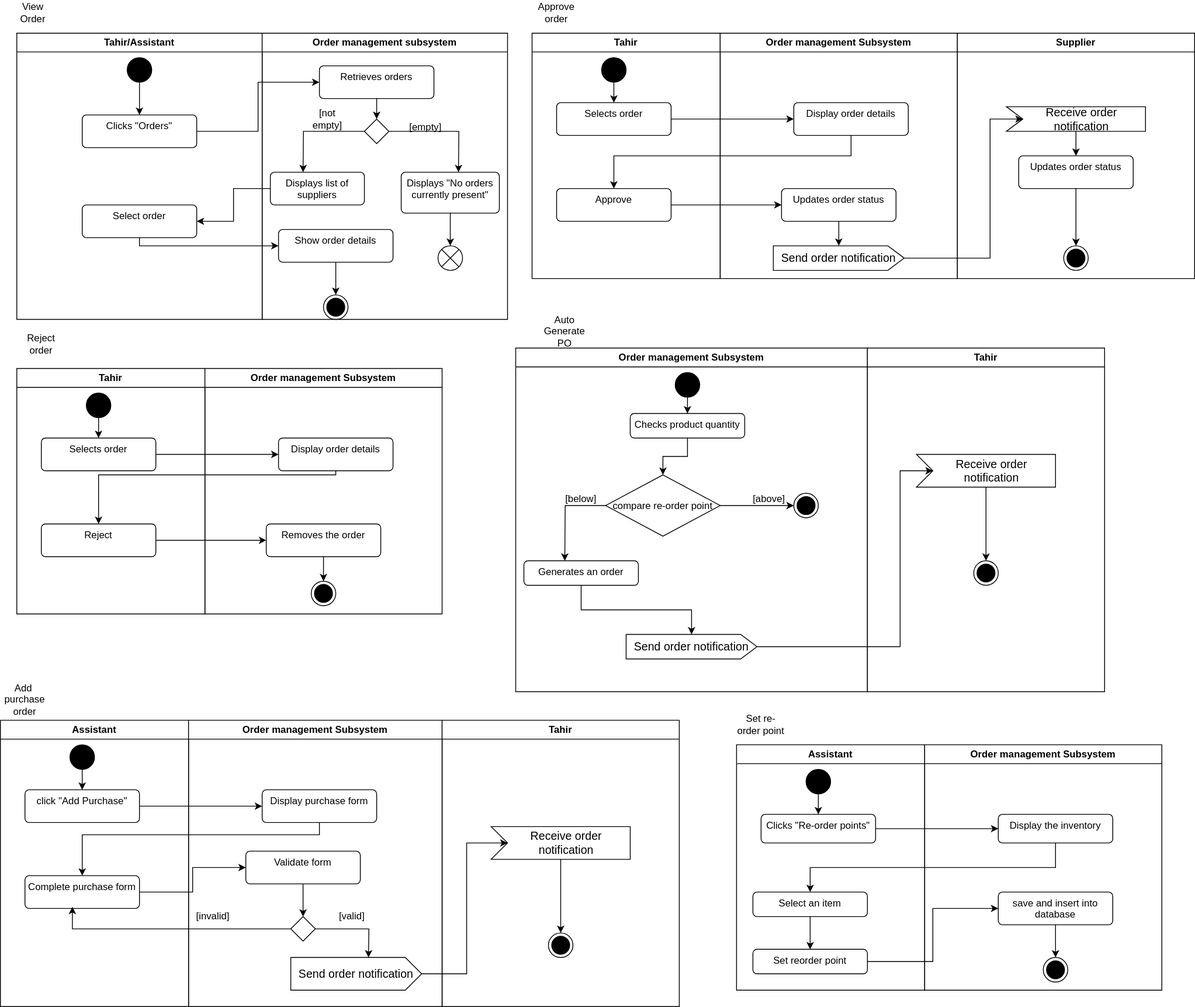
Above: order_act.svg in Simamkele88/IFM3_GP (draw.io), before the change. Source tidied: cells renumbered, new cells last; positions are measured from the earlier drawing's top-left corner, leaving out a move shared by most shapes.
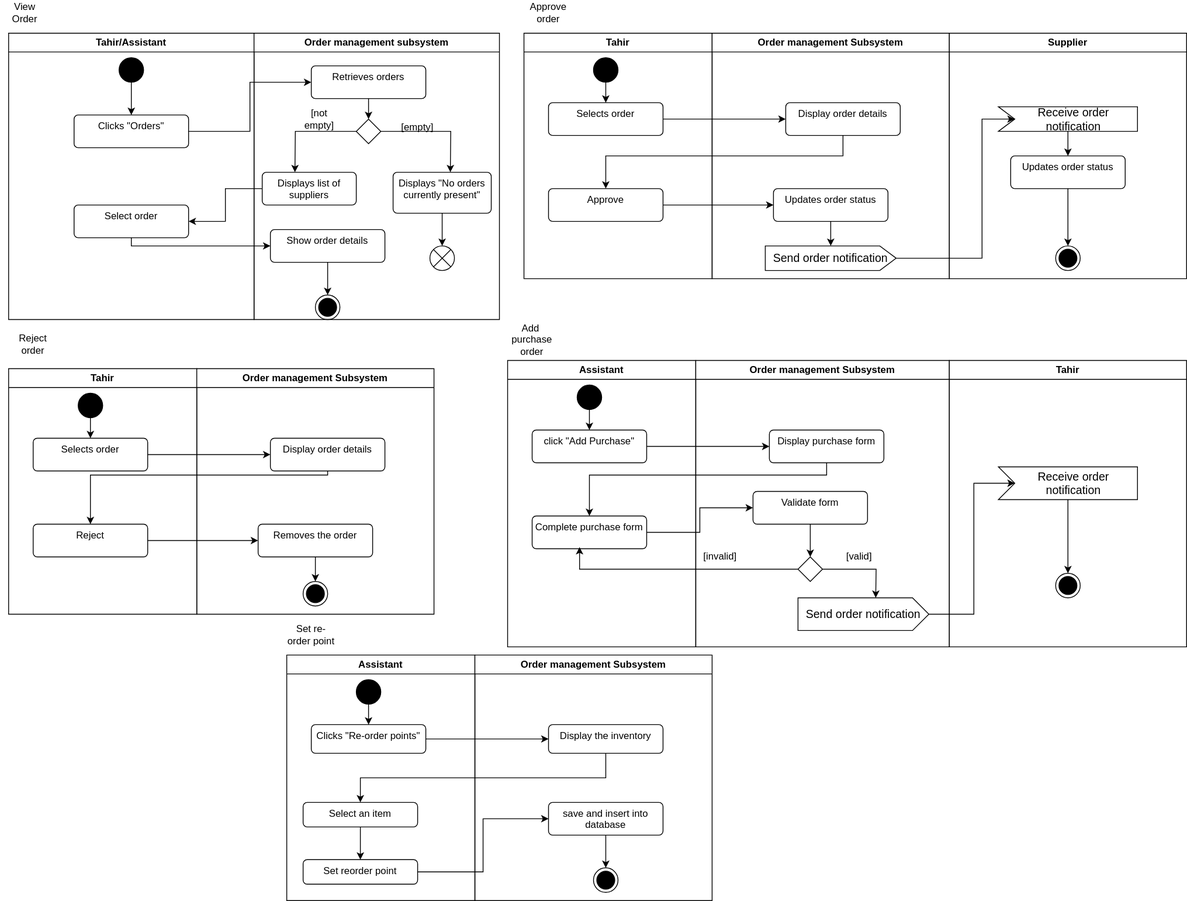
The same diagram one commit later.

Change to the diagram source:
```diff
@@ -96,55 +96,8 @@
     <mxCell id="29" value="Reject order" style="text;html=1;align=center;verticalAlign=middle;whiteSpace=wrap;rounded=0;" parent="1" vertex="1">
       <mxGeometry x="20" y="405" width="60" height="30" as="geometry" />
     </mxCell>
-    <mxCell id="30" value="Order management Subsystem" style="swimlane;whiteSpace=wrap;html=1;" parent="1" vertex="1">
-      <mxGeometry x="630" y="425" width="430" height="420" as="geometry" />
-    </mxCell>
-    <mxCell id="31" style="edgeStyle=orthogonalEdgeStyle;rounded=0;jettySize=auto;html=1;" parent="30" edge="1" source="32" target="43">
-      <mxGeometry relative="1" as="geometry" />
-    </mxCell>
-    <mxCell id="32" value="Generates an order" style="html=1;align=center;verticalAlign=top;rounded=1;absoluteArcSize=1;arcSize=10;dashed=0;whiteSpace=wrap;" parent="30" vertex="1">
-      <mxGeometry x="10" y="260" width="140" height="30" as="geometry" />
-    </mxCell>
-    <mxCell id="33" style="edgeStyle=orthogonalEdgeStyle;rounded=0;jettySize=auto;html=1;" parent="30" edge="1" source="34" target="39">
-      <mxGeometry relative="1" as="geometry" />
-    </mxCell>
-    <mxCell id="34" value="Checks product quantity" style="html=1;align=center;verticalAlign=top;rounded=1;absoluteArcSize=1;arcSize=10;dashed=0;whiteSpace=wrap;" parent="30" vertex="1">
-      <mxGeometry x="140" y="80" width="140" height="30" as="geometry" />
-    </mxCell>
-    <mxCell id="35" style="edgeStyle=orthogonalEdgeStyle;rounded=0;jettySize=auto;html=1;" parent="30" edge="1" source="36" target="34">
-      <mxGeometry relative="1" as="geometry" />
-    </mxCell>
-    <mxCell id="36" style="ellipse;fillColor=strokeColor;html=1;" parent="30" vertex="1">
-      <mxGeometry x="195" y="30" width="30" height="30" as="geometry" />
-    </mxCell>
-    <mxCell id="37" style="edgeStyle=orthogonalEdgeStyle;rounded=0;jettySize=auto;html=1;" parent="30" edge="1" source="39" target="40">
-      <mxGeometry relative="1" as="geometry" />
-    </mxCell>
-    <mxCell id="38" style="edgeStyle=orthogonalEdgeStyle;rounded=0;jettySize=auto;html=1;" parent="30" edge="1" source="39">
-      <mxGeometry relative="1" as="geometry">
-        <mxPoint x="60" y="260" as="targetPoint" />
-      </mxGeometry>
-    </mxCell>
-    <mxCell id="39" value="compare re-order point" style="rhombus;" parent="30" vertex="1">
-      <mxGeometry x="110" y="155" width="140" height="75" as="geometry" />
-    </mxCell>
-    <mxCell id="40" style="ellipse;html=1;shape=endState;fillColor=strokeColor;" parent="30" vertex="1">
-      <mxGeometry x="340" y="177.5" width="30" height="30" as="geometry" />
-    </mxCell>
-    <mxCell id="41" value="[above]" style="text;html=1;align=center;verticalAlign=middle;whiteSpace=wrap;rounded=0;" parent="30" vertex="1">
-      <mxGeometry x="280" y="170" width="60" height="30" as="geometry" />
-    </mxCell>
-    <mxCell id="42" value="[below]" style="text;html=1;align=center;verticalAlign=middle;whiteSpace=wrap;rounded=0;" parent="30" vertex="1">
-      <mxGeometry x="50" y="170" width="60" height="30" as="geometry" />
-    </mxCell>
-    <mxCell id="43" value="Send order notification" style="html=1;shape=mxgraph.infographic.ribbonSimple;notch1=0;notch2=20;align=center;verticalAlign=middle;fontSize=14;fontStyle=0;fillColor=#FFFFFF;whiteSpace=wrap;" parent="30" vertex="1">
-      <mxGeometry x="135" y="350" width="160" height="30" as="geometry" />
-    </mxCell>
-    <mxCell id="44" value="Auto Generate PO" style="text;html=1;align=center;verticalAlign=middle;whiteSpace=wrap;rounded=0;" parent="1" vertex="1">
-      <mxGeometry x="660" y="390" width="60" height="30" as="geometry" />
-    </mxCell>
     <mxCell id="45" value="Assistant" style="swimlane;whiteSpace=wrap;html=1;" parent="1" vertex="1">
-      <mxGeometry y="880" width="230" height="350" as="geometry" />
+      <mxGeometry x="630" y="440" width="230" height="350" as="geometry" />
     </mxCell>
     <mxCell id="46" style="edgeStyle=orthogonalEdgeStyle;rounded=0;jettySize=auto;html=1;" parent="45" edge="1" source="47" target="48">
       <mxGeometry relative="1" as="geometry" />
@@ -159,7 +112,7 @@
       <mxGeometry x="30" y="190" width="140" height="40" as="geometry" />
     </mxCell>
     <mxCell id="50" value="Order management Subsystem" style="swimlane;whiteSpace=wrap;html=1;" parent="1" vertex="1">
-      <mxGeometry x="230" y="880" width="310" height="350" as="geometry" />
+      <mxGeometry x="860" y="440" width="310" height="350" as="geometry" />
     </mxCell>
     <mxCell id="51" value="Display purchase form" style="html=1;align=center;verticalAlign=top;rounded=1;absoluteArcSize=1;arcSize=10;dashed=0;whiteSpace=wrap;" parent="50" vertex="1">
       <mxGeometry x="90" y="85" width="140" height="40" as="geometry" />
@@ -193,16 +146,16 @@
     <mxCell id="60" style="edgeStyle=orthogonalEdgeStyle;rounded=0;jettySize=auto;html=1;entryX=0.5;entryY=0;entryDx=0;entryDy=0;" parent="1" edge="1" source="51" target="49">
       <mxGeometry relative="1" as="geometry">
         <Array as="points">
-          <mxPoint x="390" y="1020" />
-          <mxPoint x="100" y="1020" />
+          <mxPoint x="1020" y="580" />
+          <mxPoint x="730" y="580" />
         </Array>
       </mxGeometry>
     </mxCell>
     <mxCell id="61" value="Add&amp;nbsp; purchase order" style="text;html=1;align=center;verticalAlign=middle;whiteSpace=wrap;rounded=0;" parent="1" vertex="1">
-      <mxGeometry y="840" width="60" height="30" as="geometry" />
+      <mxGeometry x="630" y="400" width="60" height="30" as="geometry" />
     </mxCell>
     <mxCell id="62" value="Assistant" style="swimlane;whiteSpace=wrap;html=1;startSize=23;" parent="1" vertex="1">
-      <mxGeometry x="900" y="910" width="230" height="300" as="geometry" />
+      <mxGeometry x="360" y="800" width="230" height="300" as="geometry" />
     </mxCell>
     <mxCell id="63" style="edgeStyle=orthogonalEdgeStyle;rounded=0;jettySize=auto;html=1;" parent="62" edge="1" source="64" target="65">
       <mxGeometry relative="1" as="geometry" />
@@ -223,7 +176,7 @@
       <mxGeometry x="20" y="250" width="140" height="30" as="geometry" />
     </mxCell>
     <mxCell id="69" value="Order management Subsystem" style="swimlane;whiteSpace=wrap;html=1;" parent="1" vertex="1">
-      <mxGeometry x="1130" y="910" width="290" height="300" as="geometry" />
+      <mxGeometry x="590" y="800" width="290" height="300" as="geometry" />
     </mxCell>
     <mxCell id="70" style="ellipse;html=1;shape=endState;fillColor=strokeColor;" parent="69" vertex="1">
       <mxGeometry x="145" y="260" width="30" height="30" as="geometry" />
@@ -241,7 +194,7 @@
       <mxGeometry relative="1" as="geometry" />
     </mxCell>
     <mxCell id="75" value="Set re-order point" style="text;html=1;align=center;verticalAlign=middle;whiteSpace=wrap;rounded=0;" parent="1" vertex="1">
-      <mxGeometry x="900" y="870" width="60" height="30" as="geometry" />
+      <mxGeometry x="360" y="760" width="60" height="30" as="geometry" />
     </mxCell>
     <mxCell id="76" style="edgeStyle=orthogonalEdgeStyle;rounded=0;jettySize=auto;html=1;entryX=0;entryY=0.5;entryDx=0;entryDy=0;" parent="1" edge="1" source="49" target="55">
       <mxGeometry relative="1" as="geometry" />
@@ -250,7 +203,7 @@
       <mxGeometry relative="1" as="geometry" />
     </mxCell>
     <mxCell id="78" value="Tahir" style="swimlane;whiteSpace=wrap;html=1;" parent="1" vertex="1">
-      <mxGeometry x="540" y="880" width="290" height="350" as="geometry" />
+      <mxGeometry x="1170" y="440" width="290" height="350" as="geometry" />
     </mxCell>
     <mxCell id="79" style="ellipse;html=1;shape=endState;fillColor=strokeColor;" parent="78" vertex="1">
       <mxGeometry x="130" y="260" width="30" height="30" as="geometry" />
@@ -264,16 +217,16 @@
     <mxCell id="82" style="edgeStyle=orthogonalEdgeStyle;rounded=0;jettySize=auto;html=1;entryX=0;entryY=0;entryDx=20;entryDy=20;entryPerimeter=0;" parent="1" edge="1" source="56" target="81">
       <mxGeometry relative="1" as="geometry">
         <Array as="points">
-          <mxPoint x="570" y="1190" />
-          <mxPoint x="570" y="1030" />
+          <mxPoint x="1200" y="750" />
+          <mxPoint x="1200" y="590" />
         </Array>
       </mxGeometry>
     </mxCell>
     <mxCell id="83" style="edgeStyle=orthogonalEdgeStyle;rounded=0;jettySize=auto;html=1;" parent="1" edge="1" source="71" target="67">
       <mxGeometry relative="1" as="geometry">
         <Array as="points">
-          <mxPoint x="1290" y="1060" />
-          <mxPoint x="990" y="1060" />
+          <mxPoint x="750" y="950" />
+          <mxPoint x="450" y="950" />
         </Array>
       </mxGeometry>
     </mxCell>
@@ -360,26 +313,6 @@
     <mxCell id="108" value="View Order" style="text;html=1;align=center;verticalAlign=middle;whiteSpace=wrap;rounded=0;" parent="1" vertex="1">
       <mxGeometry x="10" width="60" height="30" as="geometry" />
     </mxCell>
-    <mxCell id="109" value="Tahir" style="swimlane;whiteSpace=wrap;html=1;" parent="1" vertex="1">
-      <mxGeometry x="1060" y="425" width="290" height="420" as="geometry" />
-    </mxCell>
-    <mxCell id="110" style="ellipse;html=1;shape=endState;fillColor=strokeColor;" parent="109" vertex="1">
-      <mxGeometry x="130" y="260" width="30" height="30" as="geometry" />
-    </mxCell>
-    <mxCell id="111" style="edgeStyle=orthogonalEdgeStyle;rounded=0;jettySize=auto;html=1;" parent="109" edge="1" source="112" target="110">
-      <mxGeometry relative="1" as="geometry" />
-    </mxCell>
-    <mxCell id="112" value="Receive order notification" style="html=1;shape=mxgraph.infographic.ribbonSimple;notch1=20;notch2=0;align=center;verticalAlign=middle;fontSize=14;fontStyle=0;fillColor=#FFFFFF;flipH=0;spacingRight=0;spacingLeft=14;whiteSpace=wrap;" parent="109" vertex="1">
-      <mxGeometry x="60" y="130" width="170" height="40" as="geometry" />
-    </mxCell>
-    <mxCell id="113" style="edgeStyle=orthogonalEdgeStyle;rounded=0;jettySize=auto;html=1;entryX=0;entryY=0;entryDx=20;entryDy=20;entryPerimeter=0;" parent="1" edge="1" source="43" target="112">
-      <mxGeometry relative="1" as="geometry">
-        <Array as="points">
-          <mxPoint x="1100" y="790" />
-          <mxPoint x="1100" y="575" />
-        </Array>
-      </mxGeometry>
-    </mxCell>
     <mxCell id="114" value="Supplier" style="swimlane;whiteSpace=wrap;html=1;" parent="1" vertex="1">
       <mxGeometry x="1170" y="40" width="290" height="300" as="geometry" />
     </mxCell>
```
